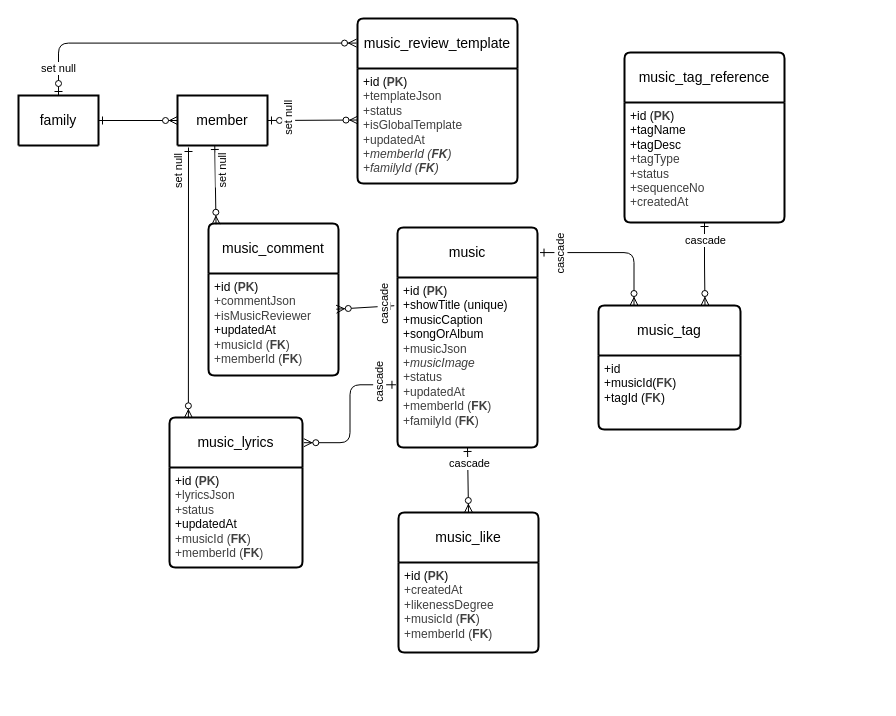
This is docs/erd-diagrams/music-schema.drawio from greg1951/family-social-scratch, a draw.io file, before an edit. Source tidied: cells renumbered, new cells numbered last; positions are measured from the earlier drawing's top-left corner, leaving out a move shared by most shapes. Both pictures are drawn from the tidied source at 100%, with x=0, y=0 at pixel (18, 18).
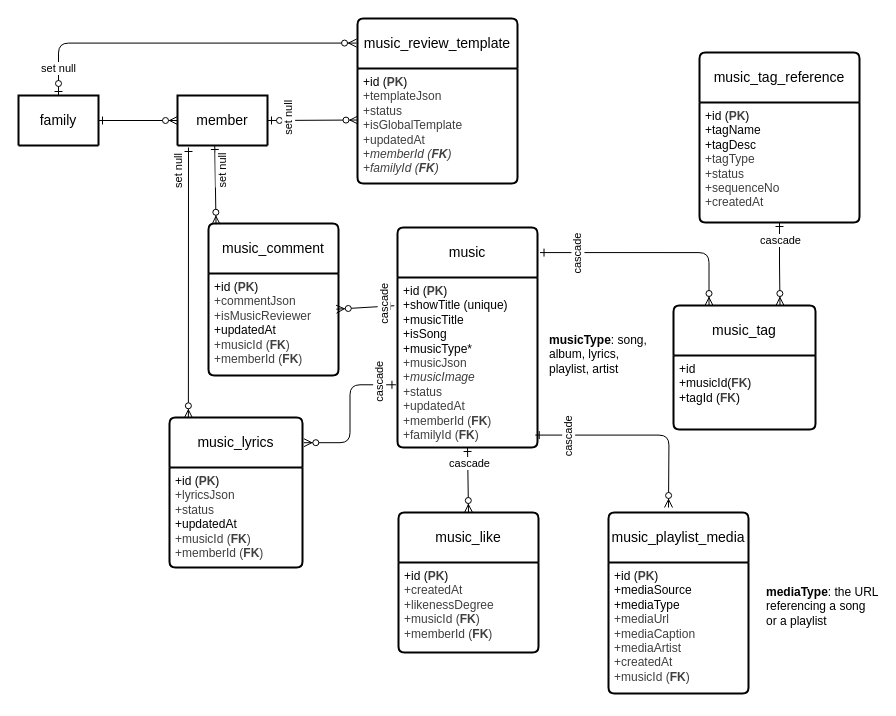
The same page after the edit.

Unchanged cells that the change refers to:
```xml
<mxCell id="8" value="music" style="swimlane;horizontal=1;startSize=50;rounded=1;fontSize=14;fontStyle=0;strokeWidth=2;shadow=0;dashed=0;align=center;arcSize=4;whiteSpace=wrap;html=1;" parent="1" vertex="1">
  <mxGeometry x="379" y="209" width="140" height="220" as="geometry" />
</mxCell>
```

Change to the diagram source:
```diff
@@
-    <mxCell id="9" value="&lt;span style=&quot;scrollbar-color: rgb(226, 226, 226) rgb(251, 251, 251); color: rgb(0, 0, 0);&quot;&gt;+id (&lt;b style=&quot;scrollbar-color: rgb(226, 226, 226) rgb(251, 251, 251); color: rgb(63, 63, 63);&quot;&gt;PK&lt;/b&gt;)&lt;/span&gt;&lt;br style=&quot;scrollbar-color: rgb(226, 226, 226) rgb(251, 251, 251); color: rgb(63, 63, 63);&quot;&gt;&lt;span style=&quot;scrollbar-color: rgb(226, 226, 226) rgb(251, 251, 251); color: rgb(0, 0, 0);&quot;&gt;+showTitle (unique)&lt;/span&gt;&lt;br style=&quot;scrollbar-color: rgb(226, 226, 226) rgb(251, 251, 251); color: rgb(63, 63, 63);&quot;&gt;&lt;span style=&quot;scrollbar-color: rgb(226, 226, 226) rgb(251, 251, 251); color: rgb(0, 0, 0);&quot;&gt;+musicCaption&lt;/span&gt;&lt;div&gt;&lt;font color=&quot;#000000&quot;&gt;+songOrAlbum&lt;br&gt;&lt;/font&gt;&lt;div style=&quot;scrollbar-color: rgb(226, 226, 226) rgb(251, 251, 251); color: rgb(63, 63, 63);&quot;&gt;&lt;font style=&quot;scrollbar-color: rgb(226, 226, 226) rgb(251, 251, 251); color: rgb(63, 63, 63);&quot;&gt;+musicJson&lt;/font&gt;&lt;/div&gt;&lt;div style=&quot;scrollbar-color: rgb(226, 226, 226) rgb(251, 251, 251); color: rgb(63, 63, 63);&quot;&gt;&lt;font style=&quot;scrollbar-color: rgb(226, 226, 226) rgb(251, 251, 251); color: rgb(63, 63, 63);&quot;&gt;+&lt;i style=&quot;scrollbar-color: rgb(226, 226, 226) rgb(251, 251, 251); color: rgb(63, 63, 63);&quot;&gt;musicImage&lt;/i&gt;&lt;/font&gt;&lt;/div&gt;&lt;div style=&quot;scrollbar-color: rgb(226, 226, 226) rgb(251, 251, 251); color: rgb(63, 63, 63);&quot;&gt;&lt;font style=&quot;scrollbar-color: rgb(226, 226, 226) rgb(251, 251, 251); color: rgb(63, 63, 63);&quot;&gt;&lt;i style=&quot;scrollbar-color: rgb(226, 226, 226) rgb(251, 251, 251); color: rgb(63, 63, 63);&quot;&gt;+&lt;/i&gt;status&lt;/font&gt;&lt;/div&gt;&lt;div style=&quot;scrollbar-color: rgb(226, 226, 226) rgb(251, 251, 251); color: rgb(63, 63, 63);&quot;&gt;&lt;i style=&quot;scrollbar-color: rgb(226, 226, 226) rgb(251, 251, 251); background-color: transparent; color: rgb(63, 63, 63);&quot;&gt;+&lt;/i&gt;&lt;span style=&quot;scrollbar-color: rgb(226, 226, 226) rgb(251, 251, 251); background-color: transparent; color: rgb(63, 63, 63);&quot;&gt;updatedAt&lt;/span&gt;&lt;/div&gt;&lt;div style=&quot;scrollbar-color: rgb(226, 226, 226) rgb(251, 251, 251); color: rgb(63, 63, 63);&quot;&gt;&lt;font style=&quot;scrollbar-color: rgb(226, 226, 226) rgb(251, 251, 251); color: rgb(63, 63, 63);&quot;&gt;+memberId (&lt;b style=&quot;scrollbar-color: rgb(226, 226, 226) rgb(251, 251, 251); color: rgb(63, 63, 63);&quot;&gt;FK&lt;/b&gt;)&lt;/font&gt;&lt;/div&gt;&lt;div style=&quot;scrollbar-color: rgb(226, 226, 226) rgb(251, 251, 251); color: rgb(63, 63, 63);&quot;&gt;&lt;font style=&quot;scrollbar-color: rgb(226, 226, 226) rgb(251, 251, 251); color: rgb(63, 63, 63);&quot;&gt;+familyId (&lt;b style=&quot;scrollbar-color: rgb(226, 226, 226) rgb(251, 251, 251); color: rgb(63, 63, 63);&quot;&gt;FK&lt;/b&gt;)&lt;/font&gt;&lt;/div&gt;&lt;/div&gt;" style="align=left;strokeColor=none;fillColor=none;spacingLeft=4;fontSize=12;verticalAlign=top;html=1;" parent="8" vertex="1">
+    <mxCell id="9" value="&lt;span style=&quot;scrollbar-color: rgb(226, 226, 226) rgb(251, 251, 251); color: rgb(0, 0, 0);&quot;&gt;+id (&lt;b style=&quot;scrollbar-color: rgb(226, 226, 226) rgb(251, 251, 251); color: rgb(63, 63, 63);&quot;&gt;PK&lt;/b&gt;)&lt;/span&gt;&lt;br style=&quot;scrollbar-color: rgb(226, 226, 226) rgb(251, 251, 251); color: rgb(63, 63, 63);&quot;&gt;&lt;span style=&quot;scrollbar-color: rgb(226, 226, 226) rgb(251, 251, 251); color: rgb(0, 0, 0);&quot;&gt;+showTitle (unique)&lt;/span&gt;&lt;br style=&quot;scrollbar-color: rgb(226, 226, 226) rgb(251, 251, 251); color: rgb(63, 63, 63);&quot;&gt;&lt;span style=&quot;scrollbar-color: rgb(226, 226, 226) rgb(251, 251, 251); color: rgb(0, 0, 0);&quot;&gt;+musicTitle&lt;/span&gt;&lt;div&gt;&lt;font color=&quot;#000000&quot;&gt;+isSong&lt;/font&gt;&lt;/div&gt;&lt;div&gt;&lt;font color=&quot;#000000&quot;&gt;&lt;font color=&quot;#000000&quot;&gt;+musicType*&lt;br&gt;&lt;/font&gt;&lt;/font&gt;&lt;div style=&quot;scrollbar-color: rgb(226, 226, 226) rgb(251, 251, 251); color: rgb(63, 63, 63);&quot;&gt;&lt;font style=&quot;scrollbar-color: rgb(226, 226, 226) rgb(251, 251, 251); color: rgb(63, 63, 63);&quot;&gt;+musicJson&lt;/font&gt;&lt;/div&gt;&lt;div style=&quot;scrollbar-color: rgb(226, 226, 226) rgb(251, 251, 251); color: rgb(63, 63, 63);&quot;&gt;&lt;font style=&quot;scrollbar-color: rgb(226, 226, 226) rgb(251, 251, 251); color: rgb(63, 63, 63);&quot;&gt;+&lt;i style=&quot;scrollbar-color: rgb(226, 226, 226) rgb(251, 251, 251); color: rgb(63, 63, 63);&quot;&gt;musicImage&lt;/i&gt;&lt;/font&gt;&lt;/div&gt;&lt;div style=&quot;scrollbar-color: rgb(226, 226, 226) rgb(251, 251, 251); color: rgb(63, 63, 63);&quot;&gt;&lt;font style=&quot;scrollbar-color: rgb(226, 226, 226) rgb(251, 251, 251); color: rgb(63, 63, 63);&quot;&gt;&lt;i style=&quot;scrollbar-color: rgb(226, 226, 226) rgb(251, 251, 251); color: rgb(63, 63, 63);&quot;&gt;+&lt;/i&gt;status&lt;/font&gt;&lt;/div&gt;&lt;div style=&quot;scrollbar-color: rgb(226, 226, 226) rgb(251, 251, 251); color: rgb(63, 63, 63);&quot;&gt;&lt;i style=&quot;scrollbar-color: rgb(226, 226, 226) rgb(251, 251, 251); background-color: transparent; color: rgb(63, 63, 63);&quot;&gt;+&lt;/i&gt;&lt;span style=&quot;scrollbar-color: rgb(226, 226, 226) rgb(251, 251, 251); background-color: transparent; color: rgb(63, 63, 63);&quot;&gt;updatedAt&lt;/span&gt;&lt;/div&gt;&lt;div style=&quot;scrollbar-color: rgb(226, 226, 226) rgb(251, 251, 251); color: rgb(63, 63, 63);&quot;&gt;&lt;font style=&quot;scrollbar-color: rgb(226, 226, 226) rgb(251, 251, 251); color: rgb(63, 63, 63);&quot;&gt;+memberId (&lt;b style=&quot;scrollbar-color: rgb(226, 226, 226) rgb(251, 251, 251); color: rgb(63, 63, 63);&quot;&gt;FK&lt;/b&gt;)&lt;/font&gt;&lt;/div&gt;&lt;div style=&quot;scrollbar-color: rgb(226, 226, 226) rgb(251, 251, 251); color: rgb(63, 63, 63);&quot;&gt;&lt;font style=&quot;scrollbar-color: rgb(226, 226, 226) rgb(251, 251, 251); color: rgb(63, 63, 63);&quot;&gt;+familyId (&lt;b style=&quot;scrollbar-color: rgb(226, 226, 226) rgb(251, 251, 251); color: rgb(63, 63, 63);&quot;&gt;FK&lt;/b&gt;)&lt;/font&gt;&lt;/div&gt;&lt;/div&gt;" style="align=left;strokeColor=none;fillColor=none;spacingLeft=4;fontSize=12;verticalAlign=top;html=1;" parent="8" vertex="1">
       <mxGeometry y="50" width="140" height="170" as="geometry" />
     </mxCell>
@@
     <mxCell id="12" value="music_tag_reference" style="swimlane;horizontal=1;startSize=50;rounded=1;fontSize=14;fontStyle=0;strokeWidth=2;shadow=0;dashed=0;align=center;arcSize=4;whiteSpace=wrap;html=1;" parent="1" vertex="1">
-      <mxGeometry x="606" y="34" width="160" height="170" as="geometry" />
+      <mxGeometry x="681" y="34" width="160" height="170" as="geometry" />
     </mxCell>
@@
     <mxCell id="14" value="music_tag" style="swimlane;horizontal=1;startSize=50;rounded=1;fontSize=14;fontStyle=0;strokeWidth=2;shadow=0;dashed=0;align=center;arcSize=4;whiteSpace=wrap;html=1;" parent="1" vertex="1">
-      <mxGeometry x="580" y="287" width="142" height="124" as="geometry" />
+      <mxGeometry x="655" y="287" width="142" height="124" as="geometry" />
     </mxCell>
@@
+    <mxCell id="37" value="&lt;b&gt;musicType&lt;/b&gt;: song, album, lyrics, playlist, artist" style="text;html=1;align=left;verticalAlign=middle;whiteSpace=wrap;rounded=0;" parent="1" vertex="1">
+      <mxGeometry x="529" y="309" width="115" height="54" as="geometry" />
+    </mxCell>
+    <mxCell id="38" value="music_playlist_media" style="swimlane;horizontal=1;startSize=50;rounded=1;fontSize=14;fontStyle=0;strokeWidth=2;shadow=0;dashed=0;align=center;arcSize=4;whiteSpace=wrap;html=1;" parent="1" vertex="1">
+      <mxGeometry x="590" y="494" width="140" height="181" as="geometry" />
+    </mxCell>
+    <mxCell id="39" value="+id&amp;nbsp;&lt;span style=&quot;scrollbar-color: rgb(226, 226, 226) rgb(251, 251, 251); color: rgb(0, 0, 0);&quot;&gt;(&lt;/span&gt;&lt;b style=&quot;scrollbar-color: rgb(226, 226, 226) rgb(251, 251, 251); color: rgb(63, 63, 63);&quot;&gt;PK&lt;/b&gt;&lt;span style=&quot;scrollbar-color: rgb(226, 226, 226) rgb(251, 251, 251); color: rgb(0, 0, 0);&quot;&gt;)&lt;/span&gt;&lt;div&gt;&lt;font color=&quot;#000000&quot;&gt;+mediaSource&lt;/font&gt;&lt;/div&gt;&lt;div&gt;&lt;font color=&quot;#000000&quot;&gt;&lt;font color=&quot;#000000&quot;&gt;+mediaType&lt;br&gt;&lt;/font&gt;&lt;/font&gt;&lt;div style=&quot;scrollbar-color: rgb(226, 226, 226) rgb(251, 251, 251); color: rgb(63, 63, 63);&quot;&gt;&lt;span style=&quot;background-color: transparent;&quot;&gt;+mediaUrl&lt;/span&gt;&lt;/div&gt;&lt;div style=&quot;scrollbar-color: rgb(226, 226, 226) rgb(251, 251, 251); color: rgb(63, 63, 63);&quot;&gt;&lt;span style=&quot;background-color: transparent;&quot;&gt;+mediaCaption&lt;/span&gt;&lt;/div&gt;&lt;div style=&quot;scrollbar-color: rgb(226, 226, 226) rgb(251, 251, 251); color: rgb(63, 63, 63);&quot;&gt;&lt;span style=&quot;background-color: transparent;&quot;&gt;+mediaArtist&lt;/span&gt;&lt;/div&gt;&lt;div style=&quot;scrollbar-color: rgb(226, 226, 226) rgb(251, 251, 251); color: rgb(63, 63, 63);&quot;&gt;&lt;font style=&quot;scrollbar-color: rgb(226, 226, 226) rgb(251, 251, 251); color: rgb(63, 63, 63);&quot;&gt;+createdAt&lt;/font&gt;&lt;/div&gt;&lt;div style=&quot;scrollbar-color: rgb(226, 226, 226) rgb(251, 251, 251); color: rgb(63, 63, 63);&quot;&gt;+musicId (&lt;b style=&quot;scrollbar-color: rgb(226, 226, 226) rgb(251, 251, 251); color: rgb(63, 63, 63);&quot;&gt;FK&lt;/b&gt;)&lt;br&gt;&lt;div style=&quot;scrollbar-color: rgb(226, 226, 226) rgb(251, 251, 251); color: rgb(63, 63, 63);&quot;&gt;&lt;br style=&quot;scrollbar-color: rgb(226, 226, 226) rgb(251, 251, 251); color: rgb(63, 63, 63);&quot;&gt;&lt;/div&gt;&lt;/div&gt;&lt;/div&gt;" style="align=left;strokeColor=none;fillColor=none;spacingLeft=4;fontSize=12;verticalAlign=top;html=1;" parent="38" vertex="1">
+      <mxGeometry y="50" width="140" height="131" as="geometry" />
+    </mxCell>
+    <mxCell id="40" style="fontSize=12;html=1;endArrow=ERzeroToMany;startArrow=ERone;startFill=0;exitX=0.984;exitY=0.927;exitDx=0;exitDy=0;exitPerimeter=0;edgeStyle=orthogonalEdgeStyle;" parent="1" edge="1" source="9">
+      <mxGeometry relative="1" as="geometry">
+        <mxPoint x="650" y="489" as="targetPoint" />
+      </mxGeometry>
+    </mxCell>
+    <mxCell id="41" value="cascade" style="edgeLabel;html=1;align=center;verticalAlign=middle;rotation=270;" parent="40" vertex="1">
+      <mxGeometry x="-0.53" y="-2" relative="1" as="geometry">
+        <mxPoint x="-15" as="offset" />
+      </mxGeometry>
+    </mxCell>
+    <mxCell id="42" value="&lt;b&gt;mediaType&lt;/b&gt;: the URL referencing a song or a playlist" style="text;html=1;align=left;verticalAlign=middle;whiteSpace=wrap;rounded=0;" parent="1" vertex="1">
+      <mxGeometry x="746" y="561" width="115" height="54" as="geometry" />
+    </mxCell>
```
